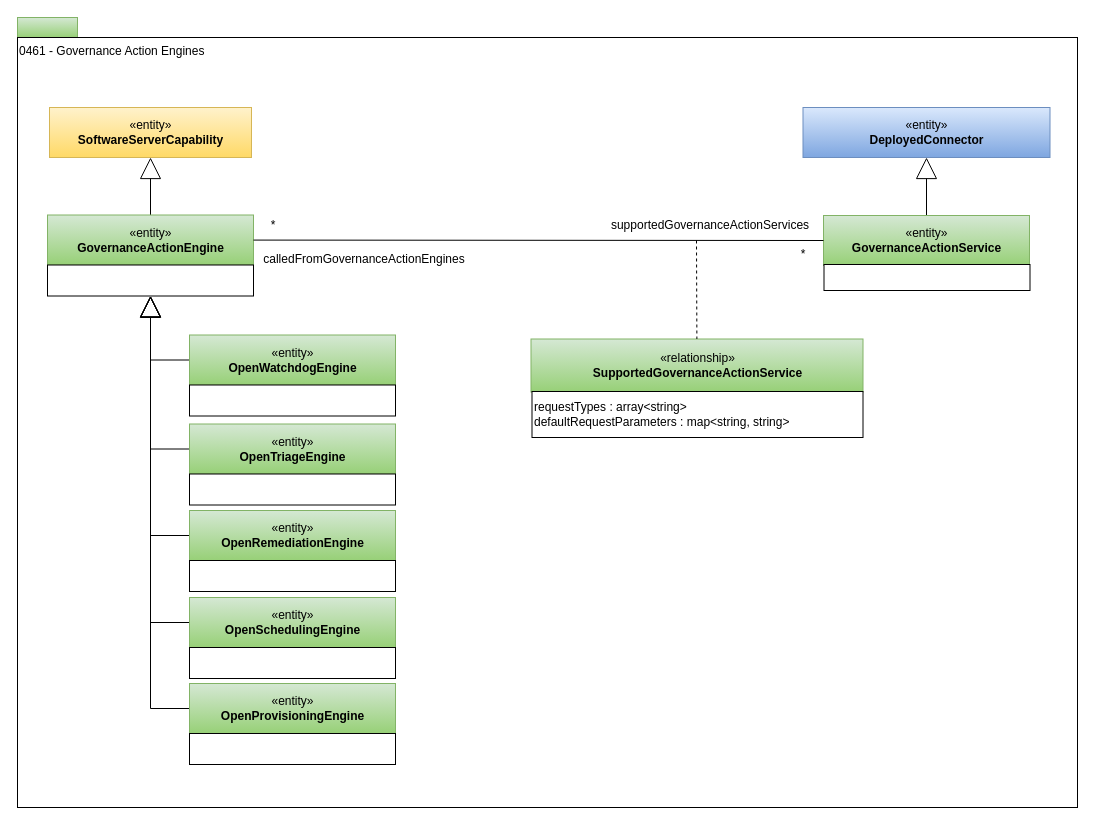
Before: page "0461-Governance-Engines" (21 of 28) of open-metadata-publication/website/open-metadata-types/area-4-governance.drawio in odpi/egeria, a draw.io diagram. Source tidied: cells renumbered, new cells numbered last; positions are measured from the earlier drawing's top-left corner, leaving out a move shared by most shapes. Both pictures are drawn from the tidied source at 100%, with x=0, y=0 at pixel (17, 17).
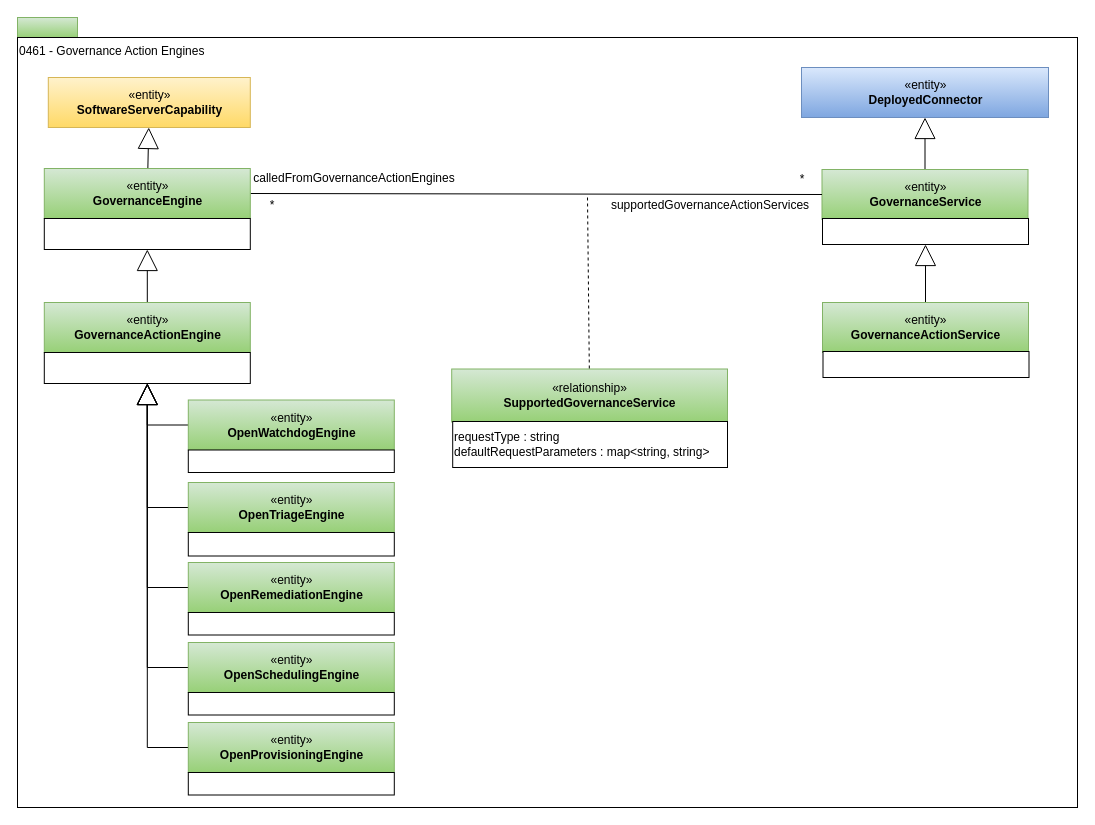
The same page after the edit.

Change to the diagram source:
```diff
@@
-    <mxCell id="4" style="edgeStyle=orthogonalEdgeStyle;rounded=0;jettySize=auto;html=1;exitX=0.5;exitY=0;exitDx=0;exitDy=0;endArrow=block;endFill=0;endSize=19;strokeWidth=1;" parent="1" edge="1" source="5" target="7">
-      <mxGeometry relative="1" as="geometry" />
-    </mxCell>
+    <mxCell id="35" style="edgeStyle=none;rounded=1;jettySize=auto;html=1;exitX=0.5;exitY=0;exitDx=0;exitDy=0;entryX=0.5;entryY=1;entryDx=0;entryDy=0;endArrow=block;endFill=0;endSize=19;strokeWidth=1;" parent="1" edge="1" source="5" target="41">
+      <mxGeometry relative="1" as="geometry" />
+    </mxCell>
     <mxCell id="5" value="«entity»&lt;br&gt;&lt;b&gt;GovernanceActionEngine&lt;/b&gt;" style="html=1;strokeColor=#82b366;align=center;fillColor=#d5e8d4;gradientColor=#97d077;" parent="1" vertex="1">
-      <mxGeometry x="30" y="197.5" width="206" height="50" as="geometry" />
+      <mxGeometry x="26.8" y="285" width="206" height="50" as="geometry" />
     </mxCell>
     <mxCell id="6" style="rounded=0;whiteSpace=wrap;html=1;strokeColor=#000000;gradientColor=#ffffff;align=center;" parent="1" vertex="1">
-      <mxGeometry x="30" y="247.5" width="206" height="31" as="geometry" />
+      <mxGeometry x="26.8" y="335" width="206" height="31" as="geometry" />
     </mxCell>
     <mxCell id="7" value="«entity»&lt;br&gt;&lt;b&gt;SoftwareServerCapability&lt;/b&gt;" style="html=1;strokeColor=#d6b656;align=center;fillColor=#fff2cc;gradientColor=#ffd966;" parent="1" vertex="1">
-      <mxGeometry x="32" y="90" width="202" height="50" as="geometry" />
+      <mxGeometry x="30.8" y="60" width="202" height="50" as="geometry" />
     </mxCell>
@@
     <mxCell id="9" value="«entity»&lt;br&gt;&lt;b&gt;OpenWatchdogEngine&lt;/b&gt;" style="html=1;strokeColor=#82b366;align=center;fillColor=#d5e8d4;gradientColor=#97d077;" parent="1" vertex="1">
-      <mxGeometry x="172" y="317.5" width="206" height="50" as="geometry" />
+      <mxGeometry x="170.8" y="382.5" width="206" height="50" as="geometry" />
     </mxCell>
     <mxCell id="10" style="rounded=0;whiteSpace=wrap;html=1;strokeColor=#000000;gradientColor=#ffffff;align=center;" parent="1" vertex="1">
-      <mxGeometry x="172" y="367.5" width="206" height="31" as="geometry" />
+      <mxGeometry x="170.8" y="432.5" width="206" height="22.5" as="geometry" />
     </mxCell>
@@
     <mxCell id="12" value="«entity»&lt;br&gt;&lt;b&gt;OpenTriageEngine&lt;/b&gt;" style="html=1;strokeColor=#82b366;align=center;fillColor=#d5e8d4;gradientColor=#97d077;" parent="1" vertex="1">
-      <mxGeometry x="172" y="406.5" width="206" height="50" as="geometry" />
+      <mxGeometry x="170.8" y="465" width="206" height="50" as="geometry" />
     </mxCell>
     <mxCell id="13" style="rounded=0;whiteSpace=wrap;html=1;strokeColor=#000000;gradientColor=#ffffff;align=center;" parent="1" vertex="1">
-      <mxGeometry x="172" y="456.5" width="206" height="31" as="geometry" />
+      <mxGeometry x="170.8" y="515" width="206" height="23.5" as="geometry" />
     </mxCell>
@@
     <mxCell id="15" value="«entity»&lt;br&gt;&lt;b&gt;OpenRemediationEngine&lt;/b&gt;" style="html=1;strokeColor=#82b366;align=center;fillColor=#d5e8d4;gradientColor=#97d077;" parent="1" vertex="1">
-      <mxGeometry x="172" y="493" width="206" height="50" as="geometry" />
+      <mxGeometry x="170.8" y="545" width="206" height="50" as="geometry" />
     </mxCell>
-    <mxCell id="16" style="rounded=0;whiteSpace=wrap;html=1;strokeColor=#000000;gradientColor=#ffffff;align=center;" parent="1" vertex="1">
-      <mxGeometry x="172" y="543" width="206" height="31" as="geometry" />
-    </mxCell>
@@
     <mxCell id="18" value="«entity»&lt;br&gt;&lt;b&gt;OpenSchedulingEngine&lt;/b&gt;" style="html=1;strokeColor=#82b366;align=center;fillColor=#d5e8d4;gradientColor=#97d077;" parent="1" vertex="1">
-      <mxGeometry x="172" y="580" width="206" height="50" as="geometry" />
+      <mxGeometry x="170.8" y="625" width="206" height="50" as="geometry" />
     </mxCell>
-    <mxCell id="19" style="rounded=0;whiteSpace=wrap;html=1;strokeColor=#000000;gradientColor=#ffffff;align=center;" parent="1" vertex="1">
-      <mxGeometry x="172" y="630" width="206" height="31" as="geometry" />
-    </mxCell>
@@
     <mxCell id="21" value="«entity»&lt;br&gt;&lt;b&gt;OpenProvisioningEngine&lt;/b&gt;" style="html=1;strokeColor=#82b366;align=center;fillColor=#d5e8d4;gradientColor=#97d077;" parent="1" vertex="1">
-      <mxGeometry x="172" y="666" width="206" height="50" as="geometry" />
+      <mxGeometry x="170.8" y="705" width="206" height="50" as="geometry" />
     </mxCell>
-    <mxCell id="22" style="rounded=0;whiteSpace=wrap;html=1;strokeColor=#000000;gradientColor=#ffffff;align=center;" parent="1" vertex="1">
-      <mxGeometry x="172" y="716" width="206" height="31" as="geometry" />
-    </mxCell>
@@
-    <mxCell id="24" value="«entity»&lt;br&gt;&lt;b&gt;GovernanceActionService&lt;/b&gt;" style="html=1;strokeColor=#82b366;align=center;fillColor=#d5e8d4;gradientColor=#97d077;" parent="1" vertex="1">
-      <mxGeometry x="806" y="198" width="206" height="50" as="geometry" />
+    <mxCell id="24" value="«entity»&lt;br&gt;&lt;b&gt;GovernanceService&lt;/b&gt;" style="html=1;strokeColor=#82b366;align=center;fillColor=#d5e8d4;gradientColor=#97d077;" parent="1" vertex="1">
+      <mxGeometry x="804.5" y="152" width="206" height="50" as="geometry" />
     </mxCell>
     <mxCell id="25" style="rounded=0;whiteSpace=wrap;html=1;strokeColor=#000000;gradientColor=#ffffff;align=left;" parent="1" vertex="1">
-      <mxGeometry x="806.5" y="247" width="206" height="26" as="geometry" />
+      <mxGeometry x="805" y="201" width="206" height="26" as="geometry" />
     </mxCell>
-    <mxCell id="26" value="«relationship»&lt;br&gt;&lt;b&gt;SupportedGovernanceActionService&lt;/b&gt;" style="html=1;strokeColor=#82b366;align=center;fillColor=#d5e8d4;gradientColor=#97d077;" parent="1" vertex="1">
-      <mxGeometry x="513.5" y="321.5" width="332" height="53" as="geometry" />
+    <mxCell id="26" value="«relationship»&lt;br&gt;&lt;b&gt;SupportedGovernanceService&lt;/b&gt;" style="html=1;strokeColor=#82b366;align=center;fillColor=#d5e8d4;gradientColor=#97d077;" parent="1" vertex="1">
+      <mxGeometry x="434.2" y="351.5" width="275.8" height="53" as="geometry" />
     </mxCell>
     <mxCell id="27" style="endArrow=none;dashed=1;html=1;" parent="1" edge="1" target="26">
       <mxGeometry relative="1" as="geometry">
-        <mxPoint x="679" y="223" as="sourcePoint" />
+        <mxPoint x="570" y="180" as="sourcePoint" />
       </mxGeometry>
     </mxCell>
     <mxCell id="28" value="*" style="text;html=1;strokeColor=none;fillColor=none;align=center;verticalAlign=middle;whiteSpace=wrap;rounded=0;" parent="1" vertex="1">
-      <mxGeometry x="236" y="197.5" width="40" height="20" as="geometry" />
+      <mxGeometry x="234.8" y="177.5" width="40" height="20" as="geometry" />
     </mxCell>
     <mxCell id="29" value="*" style="text;html=1;strokeColor=none;fillColor=none;align=center;verticalAlign=middle;whiteSpace=wrap;rounded=0;" parent="1" vertex="1">
-      <mxGeometry x="766" y="227" width="40" height="20" as="geometry" />
+      <mxGeometry x="764.5" y="152" width="40" height="20" as="geometry" />
     </mxCell>
-    <mxCell id="30" value="requestTypes : array&amp;lt;string&amp;gt;&lt;br&gt;defaultRequestParameters : map&amp;lt;string, string&amp;gt;" style="rounded=0;whiteSpace=wrap;html=1;strokeColor=#000000;align=left;fillColor=#ffffff;" parent="1" vertex="1">
-      <mxGeometry x="514.5" y="374" width="331" height="46" as="geometry" />
+    <mxCell id="30" value="requestType : string&lt;br&gt;defaultRequestParameters : map&amp;lt;string, string&amp;gt;" style="rounded=0;whiteSpace=wrap;html=1;strokeColor=#000000;align=left;fillColor=#ffffff;" parent="1" vertex="1">
+      <mxGeometry x="435.2" y="404" width="274.8" height="46" as="geometry" />
     </mxCell>
     <mxCell id="31" value="supportedGovernanceActionServices" style="text;html=1;strokeColor=none;fillColor=none;align=center;verticalAlign=middle;whiteSpace=wrap;rounded=0;" parent="1" vertex="1">
-      <mxGeometry x="620" y="197.5" width="146" height="20" as="geometry" />
+      <mxGeometry x="620.2" y="177.5" width="146" height="20" as="geometry" />
     </mxCell>
     <mxCell id="32" value="calledFromGovernanceActionEngines" style="text;html=1;strokeColor=none;fillColor=none;align=center;verticalAlign=middle;whiteSpace=wrap;rounded=0;" parent="1" vertex="1">
-      <mxGeometry x="260" y="232" width="174" height="20" as="geometry" />
+      <mxGeometry x="250" y="151" width="174" height="20" as="geometry" />
     </mxCell>
-    <mxCell id="33" style="endArrow=none;html=1;entryX=0;entryY=0.5;" parent="1" edge="1" source="5" target="24">
+    <mxCell id="33" style="endArrow=none;html=1;entryX=0;entryY=0.5;exitX=1;exitY=0.5;exitDx=0;exitDy=0;" parent="1" edge="1" source="40" target="24">
       <mxGeometry relative="1" as="geometry" />
     </mxCell>
     <mxCell id="34" value="«entity»&lt;br&gt;&lt;b&gt;DeployedConnector&lt;/b&gt;" style="html=1;strokeColor=#6c8ebf;align=center;fillColor=#dae8fc;gradientColor=#7ea6e0;" parent="1" vertex="1">
-      <mxGeometry x="785.5" y="90" width="247" height="50" as="geometry" />
+      <mxGeometry x="784" y="50" width="247" height="50" as="geometry" />
     </mxCell>
+    <mxCell id="36" style="edgeStyle=orthogonalEdgeStyle;rounded=0;jettySize=auto;html=1;endArrow=block;endFill=0;endSize=19;strokeWidth=1;" parent="1" edge="1" source="37">
+      <mxGeometry relative="1" as="geometry">
+        <mxPoint x="908" y="227" as="targetPoint" />
+      </mxGeometry>
+    </mxCell>
+    <mxCell id="37" value="«entity»&lt;br&gt;&lt;b&gt;GovernanceActionService&lt;/b&gt;" style="html=1;strokeColor=#82b366;align=center;fillColor=#d5e8d4;gradientColor=#97d077;" parent="1" vertex="1">
+      <mxGeometry x="805" y="285" width="206" height="50" as="geometry" />
+    </mxCell>
+    <mxCell id="38" style="rounded=0;whiteSpace=wrap;html=1;strokeColor=#000000;gradientColor=#ffffff;align=left;" parent="1" vertex="1">
+      <mxGeometry x="805.5" y="334" width="206" height="26" as="geometry" />
+    </mxCell>
+    <mxCell id="39" style="edgeStyle=none;rounded=1;jettySize=auto;html=1;endArrow=block;endFill=0;endSize=19;strokeWidth=1;" parent="1" edge="1" source="40" target="7">
+      <mxGeometry relative="1" as="geometry" />
+    </mxCell>
+    <mxCell id="40" value="«entity»&lt;br&gt;&lt;b&gt;GovernanceEngine&lt;/b&gt;" style="html=1;strokeColor=#82b366;align=center;fillColor=#d5e8d4;gradientColor=#97d077;" parent="1" vertex="1">
+      <mxGeometry x="26.8" y="151" width="206" height="50" as="geometry" />
+    </mxCell>
+    <mxCell id="41" style="rounded=0;whiteSpace=wrap;html=1;strokeColor=#000000;gradientColor=#ffffff;align=center;" parent="1" vertex="1">
+      <mxGeometry x="26.8" y="201" width="206" height="31" as="geometry" />
+    </mxCell>
+    <mxCell id="42" style="rounded=0;whiteSpace=wrap;html=1;strokeColor=#000000;gradientColor=#ffffff;align=center;" parent="1" vertex="1">
+      <mxGeometry x="170.8" y="675" width="206" height="22.5" as="geometry" />
+    </mxCell>
+    <mxCell id="43" style="rounded=0;whiteSpace=wrap;html=1;strokeColor=#000000;gradientColor=#ffffff;align=center;" parent="1" vertex="1">
+      <mxGeometry x="170.8" y="755" width="206" height="22.5" as="geometry" />
+    </mxCell>
+    <mxCell id="44" style="rounded=0;whiteSpace=wrap;html=1;strokeColor=#000000;gradientColor=#ffffff;align=center;" parent="1" vertex="1">
+      <mxGeometry x="170.8" y="595" width="206" height="22.5" as="geometry" />
+    </mxCell>
```
